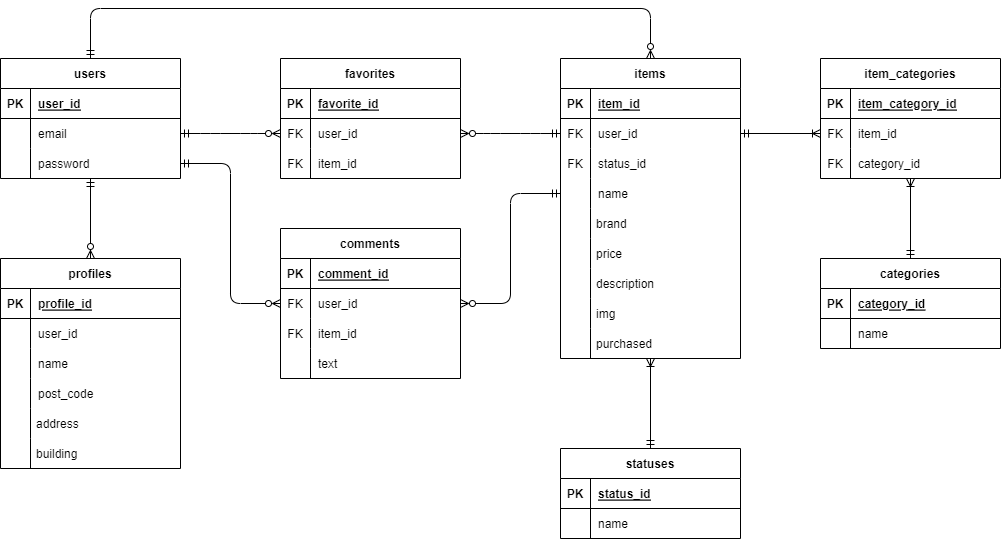
This is market/market.drawio.png from nakagawa1573/images, a draw.io export, as it was before one commit. Source tidied: cells renumbered, new cells last; positions are measured from the earlier drawing's top-left corner, leaving out a move shared by most shapes.
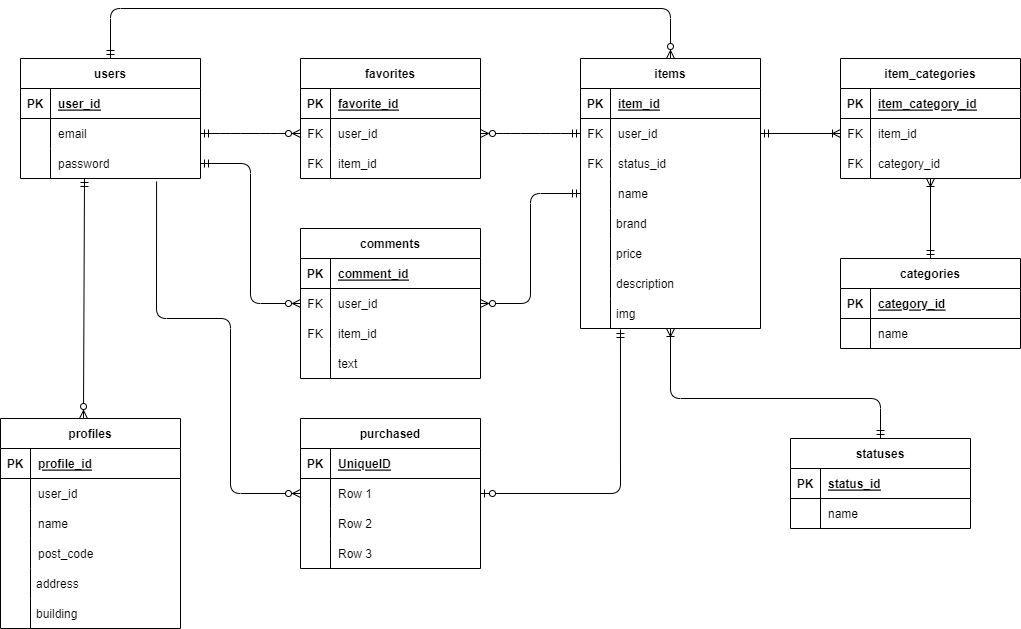
After the change.

What changed in the source:
```diff
@@ -39,10 +39,10 @@
       <mxGeometry x="30" width="150" height="30" as="geometry" />
     </mxCell>
     <mxCell id="14" style="group;" parent="1" vertex="1">
-      <mxGeometry x="560" y="50" width="180" height="310" as="geometry" />
+      <mxGeometry x="560" y="50" width="180" height="330" as="geometry" />
     </mxCell>
     <mxCell id="15" value="items" style="shape=table;startSize=30;rowLines=0;fontStyle=1;align=center;" parent="14" vertex="1">
-      <mxGeometry width="180" height="300" as="geometry" />
+      <mxGeometry width="180" height="270" as="geometry" />
     </mxCell>
     <mxCell id="16" style="shape=tableRow;horizontal=0;startSize=0;swimlaneHead=0;swimlaneBody=0;fillColor=none;top=0;left=0;right=0;bottom=1;" parent="15" vertex="1">
       <mxGeometry y="30" width="180" height="30" as="geometry" />
@@ -104,12 +104,6 @@
     <mxCell id="35" style="shape=partialRectangle;top=0;left=0;bottom=0;fillColor=none;stokeWidth=1;align=left;verticalAlign=middle;spacingLeft=4;spacingRight=4;overflow=hidden;" parent="34" vertex="1">
       <mxGeometry width="30" height="30" as="geometry" />
     </mxCell>
-    <mxCell id="36" value="purchased" style="shape=partialRectangle;fillColor=none;align=left;verticalAlign=middle;strokeColor=none;spacingLeft=34;" parent="14" vertex="1">
-      <mxGeometry y="270" width="180" height="30" as="geometry" />
-    </mxCell>
-    <mxCell id="37" style="shape=partialRectangle;top=0;left=0;bottom=0;fillColor=none;stokeWidth=1;align=left;verticalAlign=middle;spacingLeft=4;spacingRight=4;overflow=hidden;" parent="36" vertex="1">
-      <mxGeometry width="30" height="30" as="geometry" />
-    </mxCell>
     <mxCell id="38" value="item_categories" style="shape=table;startSize=30;rowLines=0;fontStyle=1;align=center;" parent="1" vertex="1">
       <mxGeometry x="820" y="50" width="180" height="120" as="geometry" />
     </mxCell>
@@ -269,7 +263,7 @@
       <mxGeometry relative="1" as="geometry" />
     </mxCell>
     <mxCell id="85" value="statuses" style="shape=table;startSize=30;rowLines=0;fontStyle=1;align=center;" parent="1" vertex="1">
-      <mxGeometry x="560" y="440" width="180" height="90" as="geometry" />
+      <mxGeometry x="770" y="430" width="180" height="90" as="geometry" />
     </mxCell>
     <mxCell id="86" style="shape=tableRow;horizontal=0;startSize=0;swimlaneHead=0;swimlaneBody=0;fillColor=none;top=0;left=0;right=0;bottom=1;" parent="85" vertex="1">
       <mxGeometry y="30" width="180" height="30" as="geometry" />
@@ -290,10 +284,15 @@
       <mxGeometry x="30" width="150" height="30" as="geometry" />
     </mxCell>
     <mxCell id="92" style="fontSize=12;html=1;endArrow=ERoneToMany;endFill=0;exitX=0.5;exitY=0;exitDx=0;exitDy=0;startArrow=ERmandOne;startFill=0;entryX=0.5;entryY=1;entryDx=0;entryDy=0;" parent="1" edge="1" source="85" target="15">
-      <mxGeometry relative="1" as="geometry" />
+      <mxGeometry relative="1" as="geometry">
+        <Array as="points">
+          <mxPoint x="860" y="390" />
+          <mxPoint x="650" y="390" />
+        </Array>
+      </mxGeometry>
     </mxCell>
     <mxCell id="93" style="group;" parent="1" vertex="1">
-      <mxGeometry y="250" width="180" height="210" as="geometry" />
+      <mxGeometry x="-20" y="410" width="180" height="210" as="geometry" />
     </mxCell>
     <mxCell id="94" value="profiles" style="shape=table;startSize=30;rowLines=0;fontStyle=1;align=center;" parent="93" vertex="1">
       <mxGeometry width="180" height="210" as="geometry" />
@@ -346,10 +345,65 @@
     <mxCell id="110" style="shape=partialRectangle;top=0;left=0;bottom=0;fillColor=none;stokeWidth=1;align=left;verticalAlign=middle;spacingLeft=4;spacingRight=4;overflow=hidden;" parent="109" vertex="1">
       <mxGeometry width="30" height="30" as="geometry" />
     </mxCell>
-    <mxCell id="111" style="fontSize=12;html=1;endArrow=ERzeroToMany;endFill=1;entryX=0.5;entryY=0;entryDx=0;entryDy=0;startArrow=ERmandOne;startFill=0;" parent="1" edge="1" target="94">
+    <mxCell id="111" style="fontSize=12;html=1;endArrow=ERzeroToMany;endFill=1;startArrow=ERmandOne;startFill=0;entryX=0.461;entryY=0;entryDx=0;entryDy=0;entryPerimeter=0;" parent="1" edge="1" target="94">
       <mxGeometry relative="1" as="geometry">
-        <mxPoint x="90" y="170" as="sourcePoint" />
+        <mxPoint x="64" y="170" as="sourcePoint" />
       </mxGeometry>
     </mxCell>
+    <mxCell id="36" value="purchased" style="shape=table;startSize=30;rowLines=0;fontStyle=1;align=center;" parent="1" vertex="1">
+      <mxGeometry x="280" y="410" width="180" height="150" as="geometry" />
+    </mxCell>
+    <mxCell id="112" style="shape=tableRow;horizontal=0;startSize=0;swimlaneHead=0;swimlaneBody=0;fillColor=none;top=0;left=0;right=0;bottom=1;" parent="36" vertex="1">
+      <mxGeometry y="30" width="180" height="30" as="geometry" />
+    </mxCell>
+    <mxCell id="113" value="PK" style="shape=partialRectangle;fillColor=none;top=0;left=0;bottom=0;right=0;fontStyle=1;overflow=hidden;" parent="112" vertex="1">
+      <mxGeometry width="30" height="30" as="geometry" />
+    </mxCell>
+    <mxCell id="114" value="UniqueID" style="shape=partialRectangle;fillColor=none;top=0;left=0;bottom=0;right=0;align=left;spacingLeft=6;fontStyle=5;overflow=hidden;" parent="112" vertex="1">
+      <mxGeometry x="30" width="150" height="30" as="geometry" />
+    </mxCell>
+    <mxCell id="115" style="shape=tableRow;horizontal=0;startSize=0;swimlaneHead=0;swimlaneBody=0;fillColor=none;points=[[0,0.5],[1,0.5]];portConstraint=eastwest;top=0;left=0;right=0;bottom=0;" parent="36" vertex="1">
+      <mxGeometry y="60" width="180" height="30" as="geometry" />
+    </mxCell>
+    <mxCell id="116" style="shape=partialRectangle;fillColor=none;top=0;left=0;bottom=0;right=0;overflow=hidden;" parent="115" vertex="1">
+      <mxGeometry width="30" height="30" as="geometry" />
+    </mxCell>
+    <mxCell id="117" value="Row 1" style="shape=partialRectangle;fillColor=none;top=0;left=0;bottom=0;right=0;align=left;spacingLeft=6;overflow=hidden;" parent="115" vertex="1">
+      <mxGeometry x="30" width="150" height="30" as="geometry" />
+    </mxCell>
+    <mxCell id="118" style="shape=tableRow;horizontal=0;startSize=0;swimlaneHead=0;swimlaneBody=0;fillColor=none;top=0;left=0;right=0;bottom=0;" parent="36" vertex="1">
+      <mxGeometry y="90" width="180" height="30" as="geometry" />
+    </mxCell>
+    <mxCell id="119" style="shape=partialRectangle;fillColor=none;top=0;left=0;bottom=0;right=0;overflow=hidden;" parent="118" vertex="1">
+      <mxGeometry width="30" height="30" as="geometry" />
+    </mxCell>
+    <mxCell id="120" value="Row 2" style="shape=partialRectangle;fillColor=none;top=0;left=0;bottom=0;right=0;align=left;spacingLeft=6;overflow=hidden;" parent="118" vertex="1">
+      <mxGeometry x="30" width="150" height="30" as="geometry" />
+    </mxCell>
+    <mxCell id="121" style="shape=tableRow;horizontal=0;startSize=0;swimlaneHead=0;swimlaneBody=0;fillColor=none;top=0;left=0;right=0;bottom=0;" parent="36" vertex="1">
+      <mxGeometry y="120" width="180" height="30" as="geometry" />
+    </mxCell>
+    <mxCell id="122" style="shape=partialRectangle;fillColor=none;top=0;left=0;bottom=0;right=0;overflow=hidden;" parent="121" vertex="1">
+      <mxGeometry width="30" height="30" as="geometry" />
+    </mxCell>
+    <mxCell id="123" value="Row 3" style="shape=partialRectangle;fillColor=none;top=0;left=0;bottom=0;right=0;align=left;spacingLeft=6;overflow=hidden;" parent="121" vertex="1">
+      <mxGeometry x="30" width="150" height="30" as="geometry" />
+    </mxCell>
+    <mxCell id="124" style="fontSize=12;html=1;endArrow=ERzeroToOne;endFill=0;entryX=1;entryY=0.5;entryDx=0;entryDy=0;exitX=0.222;exitY=1.033;exitDx=0;exitDy=0;exitPerimeter=0;startArrow=ERmandOne;startFill=0;" parent="1" edge="1" source="34" target="115">
+      <mxGeometry relative="1" as="geometry">
+        <Array as="points">
+          <mxPoint x="600" y="485" />
+        </Array>
+      </mxGeometry>
+    </mxCell>
+    <mxCell id="125" style="fontSize=12;html=1;endArrow=ERzeroToMany;endFill=1;exitX=0.756;exitY=1.1;exitDx=0;exitDy=0;exitPerimeter=0;entryX=0;entryY=0.5;entryDx=0;entryDy=0;" parent="1" edge="1" source="11" target="115">
+      <mxGeometry relative="1" as="geometry">
+        <Array as="points">
+          <mxPoint x="136" y="310" />
+          <mxPoint x="210" y="310" />
+          <mxPoint x="210" y="485" />
+        </Array>
+      </mxGeometry>
+    </mxCell>
   </root>
 </mxGraphModel>
```
